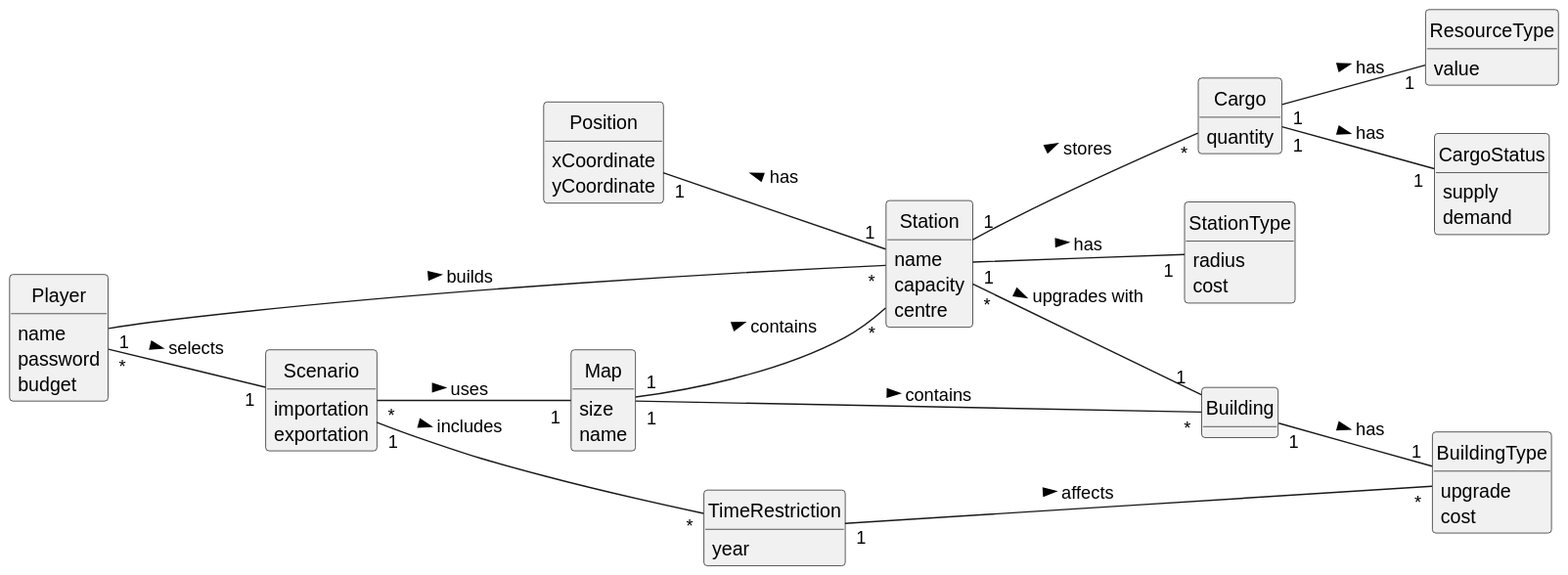
Above: Sprint3/US007/02.analysis/svg/US007-DM.svg in 1240935/pi2-railway-simulator (PlantUML), before the change.
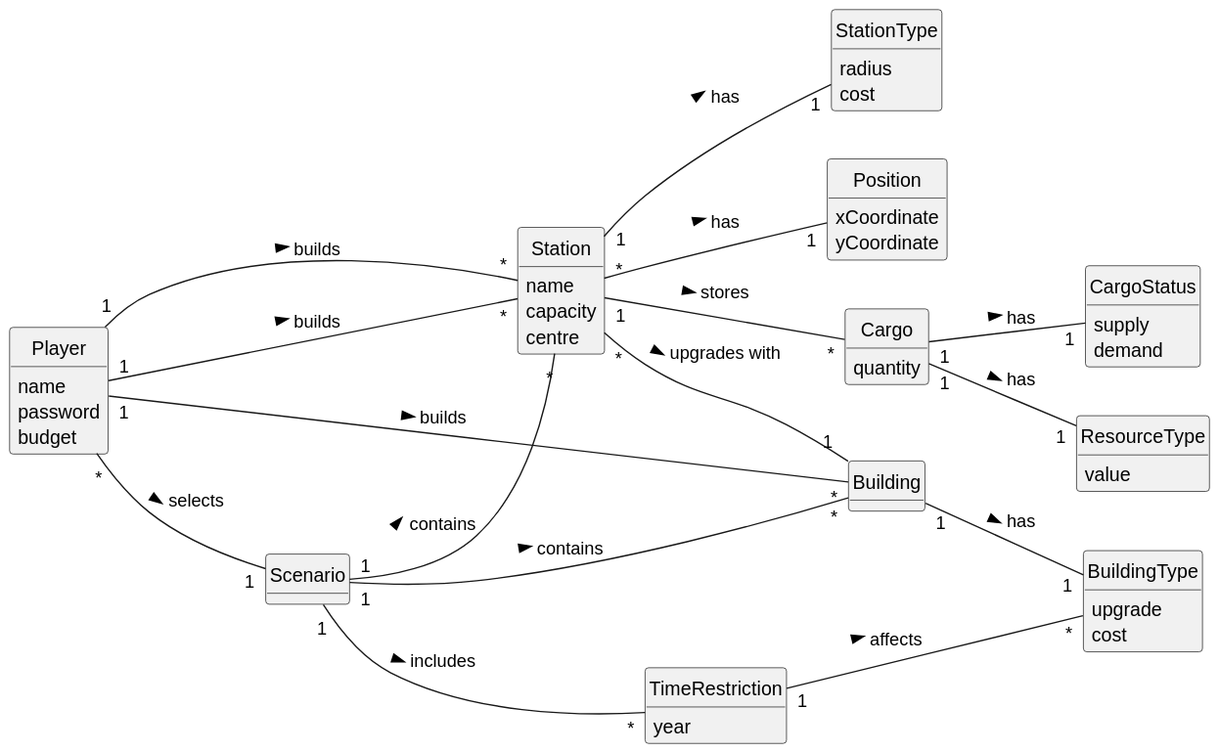
Above is the later version.

Change to the diagram source:
```diff
@@ -12,11 +12,6 @@
     name
     password
     budget
-}
-
-class Map {
-    size
-    name
 }
 
 class Station {
@@ -39,8 +34,6 @@
 }
 
 class Scenario {
-    importation
-    exportation
 }
 
 class Position{
@@ -67,13 +60,14 @@
 
 Player "1" -- "*" Station: builds >
 Player "*" -- "1" Scenario : selects >
-Map "1" -- "*" Station : contains >
-Map "1" -- "*" Building: contains >
-Scenario "*" -- "1" Map : uses >
+Player "1" -- "*" Station : builds >
+Player "1" -- "*" Building: builds >
+Scenario "1" -- "*" Station : contains >
+Scenario "1" -- "*" Building: contains >
 Station "*" -- "1 "Building:  upgrades with  >
 Station "1" -- "1" StationType: has >
+Station "*" -- "1" Position: has >
 Building "1" -- "1" BuildingType : has >
-Position "1" -- "1" Station: has <
 Station "1" -- "*" Cargo : stores >
 Cargo "1" -- "1" ResourceType: has >
 Cargo "1" -- "1" CargoStatus: has >
```
